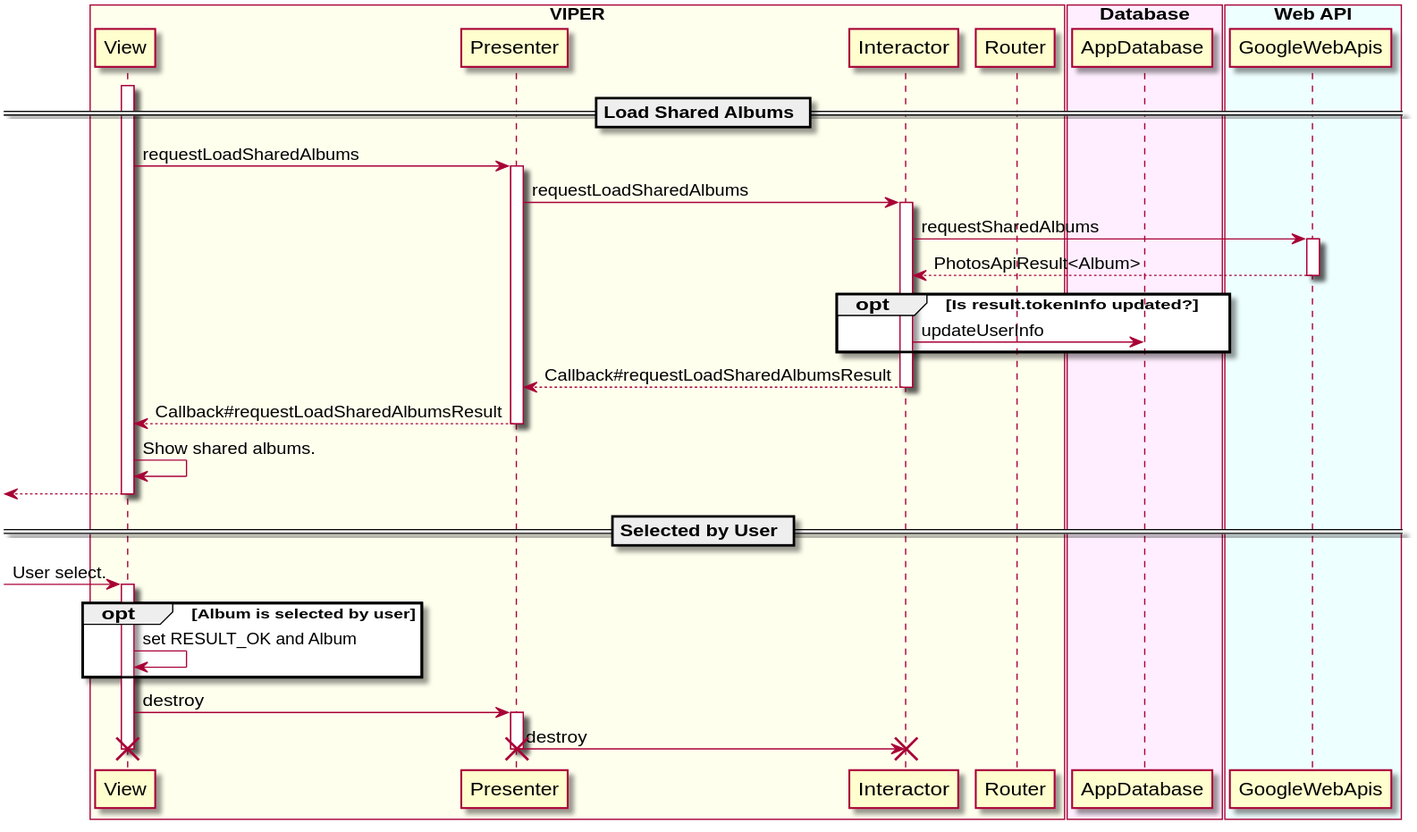
Before: uml/select/sequence_diagram_select.svg, a diagram exported from PlantUML (sallyluenoa/PhotoSlideShow). Source of this version:
```plantuml
@startuml
box "VIPER" #FFFFEE
  participant View
  participant Presenter
  participant Interactor
  participant Router
end box

box "Database" #FFEEFF
  participant AppDatabase
end box

box "Web API" #EEFFFF
  participant GoogleWebApis
end box

== Load Shared Albums ==

View++
View -> Presenter++: requestLoadSharedAlbums
  Presenter -> Interactor++: requestLoadSharedAlbums

    Interactor -> GoogleWebApis++: requestSharedAlbums
    return PhotosApiResult<Album>

    opt Is result.tokenInfo updated?
      Interactor -> AppDatabase: updateUserInfo
    end

  return Callback#requestLoadSharedAlbumsResult
return Callback#requestLoadSharedAlbumsResult

View -> View: Show shared albums.
[<-- View--

== Selected by User ==

[-> View++: User select.

opt Album is selected by user
  View -> View: set RESULT_OK and Album
end

View -> Presenter++: destroy
Presenter -> Interactor!!: destroy
destroy Presenter
destroy View
@enduml
```
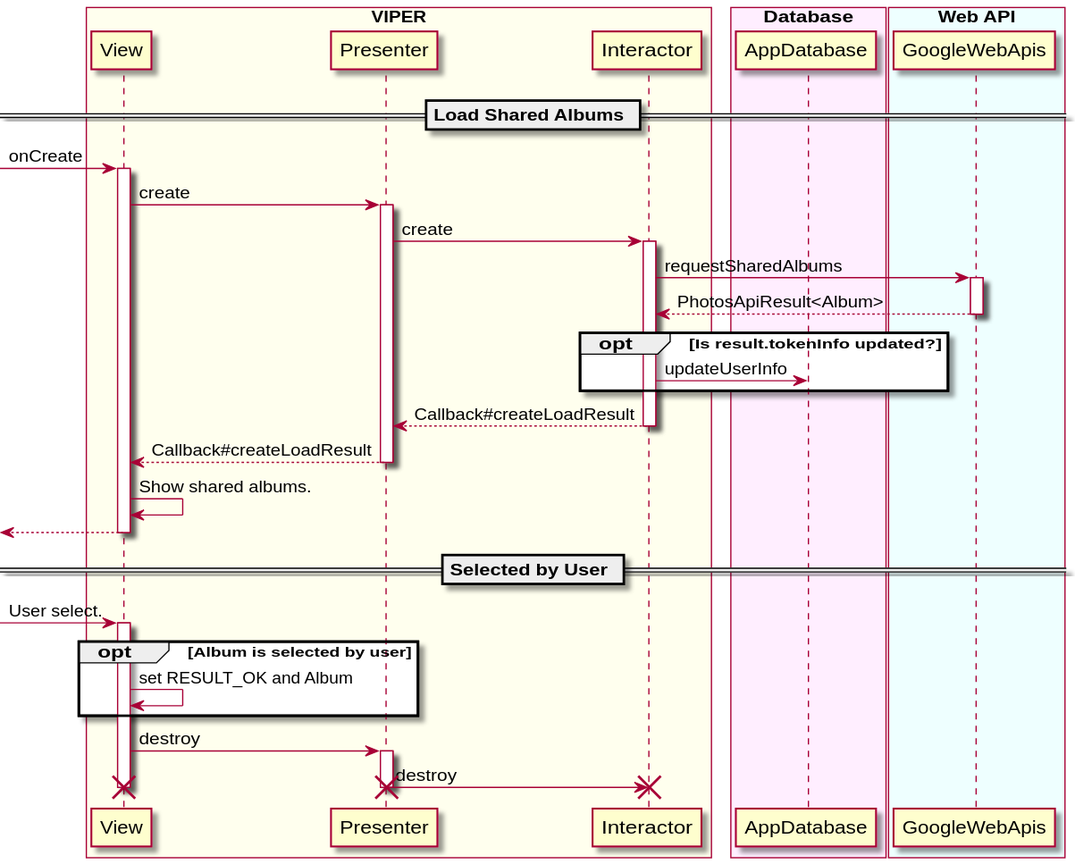
After the commit.

Commit message:
Refactoring select module.

Change to the diagram source:
```diff
@@ -3,7 +3,6 @@
   participant View
   participant Presenter
   participant Interactor
-  participant Router
 end box
 
 box "Database" #FFEEFF
@@ -16,9 +15,10 @@
 
 == Load Shared Albums ==
 
+[-> View: onCreate
 View++
-View -> Presenter++: requestLoadSharedAlbums
-  Presenter -> Interactor++: requestLoadSharedAlbums
+View -> Presenter++: create
+  Presenter -> Interactor++: create
 
     Interactor -> GoogleWebApis++: requestSharedAlbums
     return PhotosApiResult<Album>
@@ -27,8 +27,8 @@
       Interactor -> AppDatabase: updateUserInfo
     end
 
-  return Callback#requestLoadSharedAlbumsResult
-return Callback#requestLoadSharedAlbumsResult
+  return Callback#createLoadResult
+return Callback#createLoadResult
 
 View -> View: Show shared albums.
 [<-- View--
```
